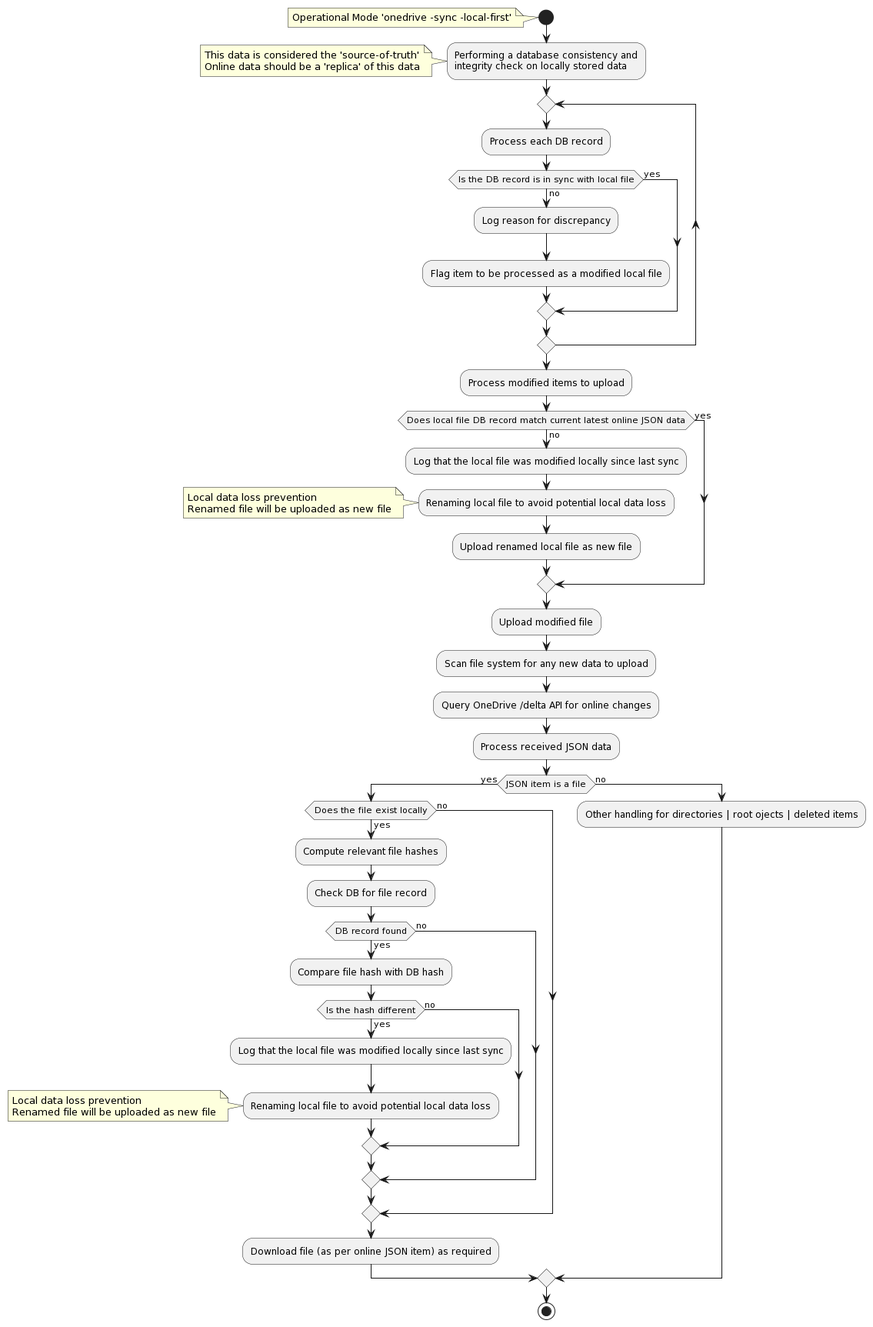
Earlier version of the PlantUML export docs/puml/conflict_handling_local-first_default.png (abraunegg/onedrive). Source of this version:
```plantuml
@startuml
start
note left: Operational Mode 'onedrive -sync -local-first'
:Performing a database consistency and\nintegrity check on locally stored data;
note left: This data is considered the 'source-of-truth'\nOnline data should be a 'replica' of this data
repeat
  :Process each DB record;
  if (Is the DB record is in sync with local file) then (yes)

  else (no)

    :Log reason for discrepancy;
    :Flag item to be processed as a modified local file;

  endif
repeat while

:Process modified items to upload;

if (Does local file DB record match current latest online JSON data) then (yes)

else (no)

  :Log that the local file was modified locally since last sync;
  :Renaming local file to avoid potential local data loss;
  note left: Local data loss prevention\nRenamed file will be uploaded as new file
  :Upload renamed local file as new file;

endif

:Upload modified file;

:Scan file system for any new data to upload;

:Query OneDrive /delta API for online changes;

:Process received JSON data;
if (JSON item is a file) then (yes)
  if (Does the file exist locally) then (yes)
    :Compute relevant file hashes;
    :Check DB for file record;
    if (DB record found) then (yes)
      :Compare file hash with DB hash;
      if (Is the hash different) then (yes)
        :Log that the local file was modified locally since last sync;
        :Renaming local file to avoid potential local data loss;
        note left: Local data loss prevention\nRenamed file will be uploaded as new file
      else (no)
      endif
    else (no)

    endif
  else (no)
  endif

:Download file (as per online JSON item) as required;

else (no)
  :Other handling for directories | root ojects | deleted items;
endif



stop
@enduml
```
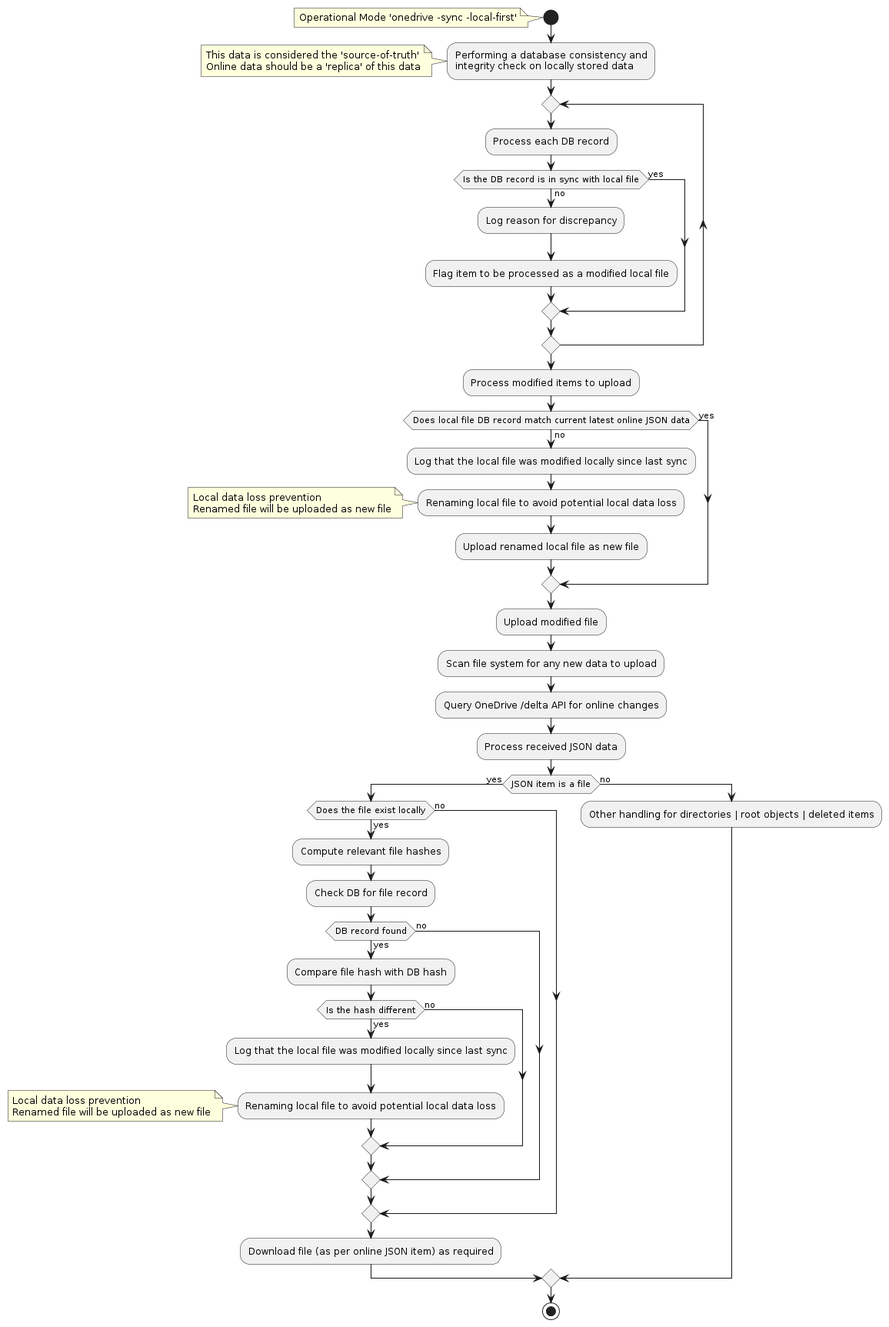
After the commit.

Diff of the diagram source:
```diff
@@ -53,13 +53,10 @@
   else (no)
   endif
 
-:Download file (as per online JSON item) as required;
+  :Download file (as per online JSON item) as required;
 
 else (no)
-  :Other handling for directories | root ojects | deleted items;
+  :Other handling for directories | root objects | deleted items;
 endif
-
-
-
 stop
 @enduml
```
